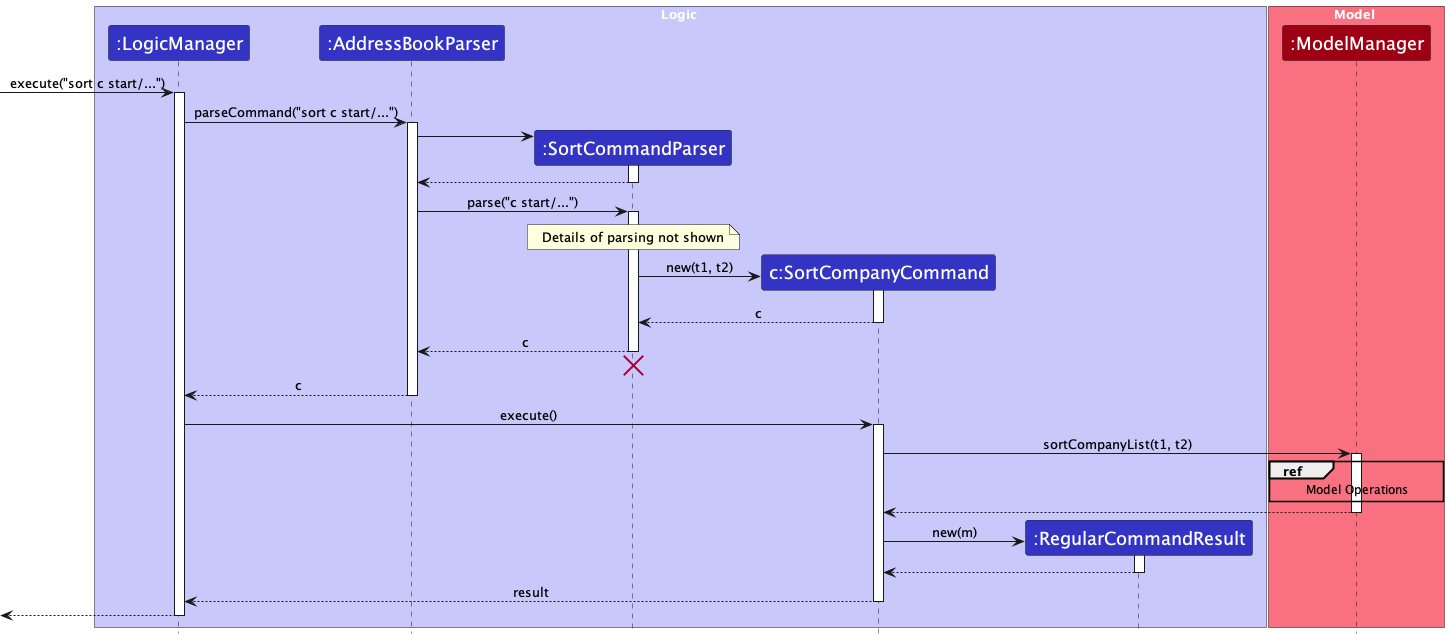
Earlier version of the PlantUML export docs/images/SortCompanySequenceDiagram_1.png (oeggy03/tp).
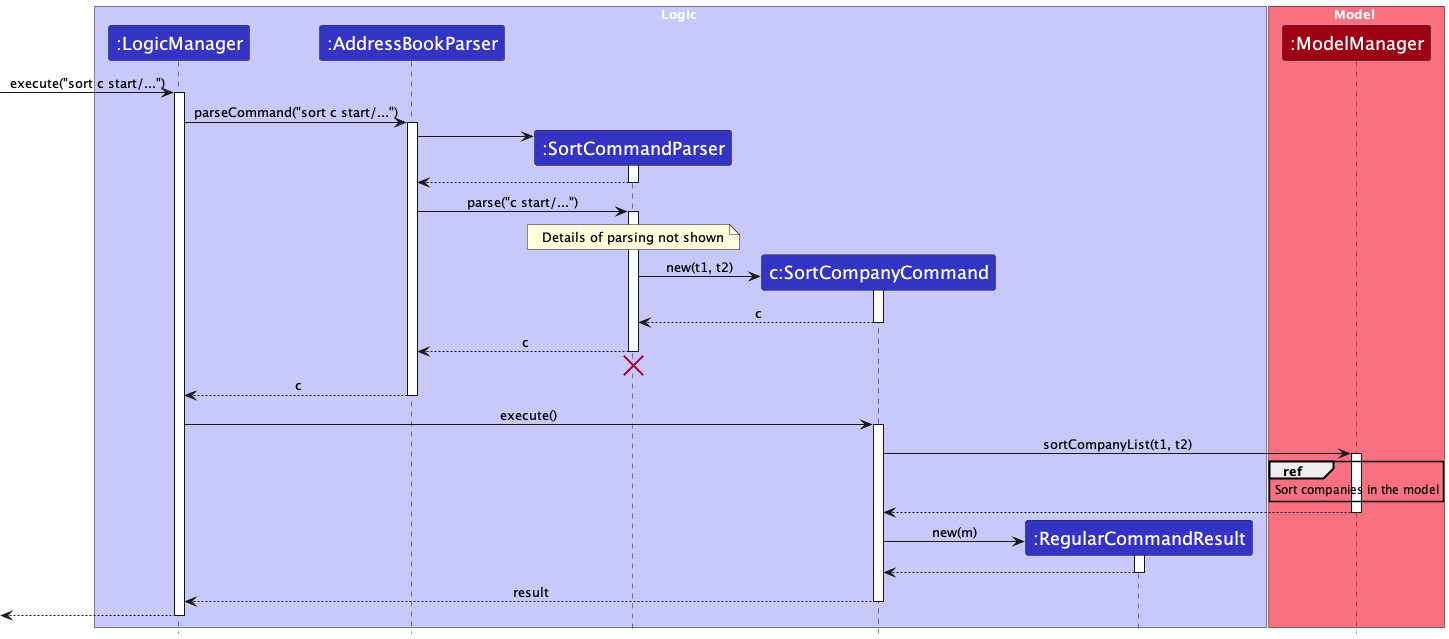
After the change.

Commit message:
Correct mismatching name

The edit, as a diff of the source:
```diff
@@ -57,7 +57,7 @@
 SortCompanyCommand -> Model : sortCompanyList(t1, t2)
 activate Model
 
-ref over Model : Model Operations
+ref over Model : Sort companies in the model
 
 Model --> SortCompanyCommand
 
```
